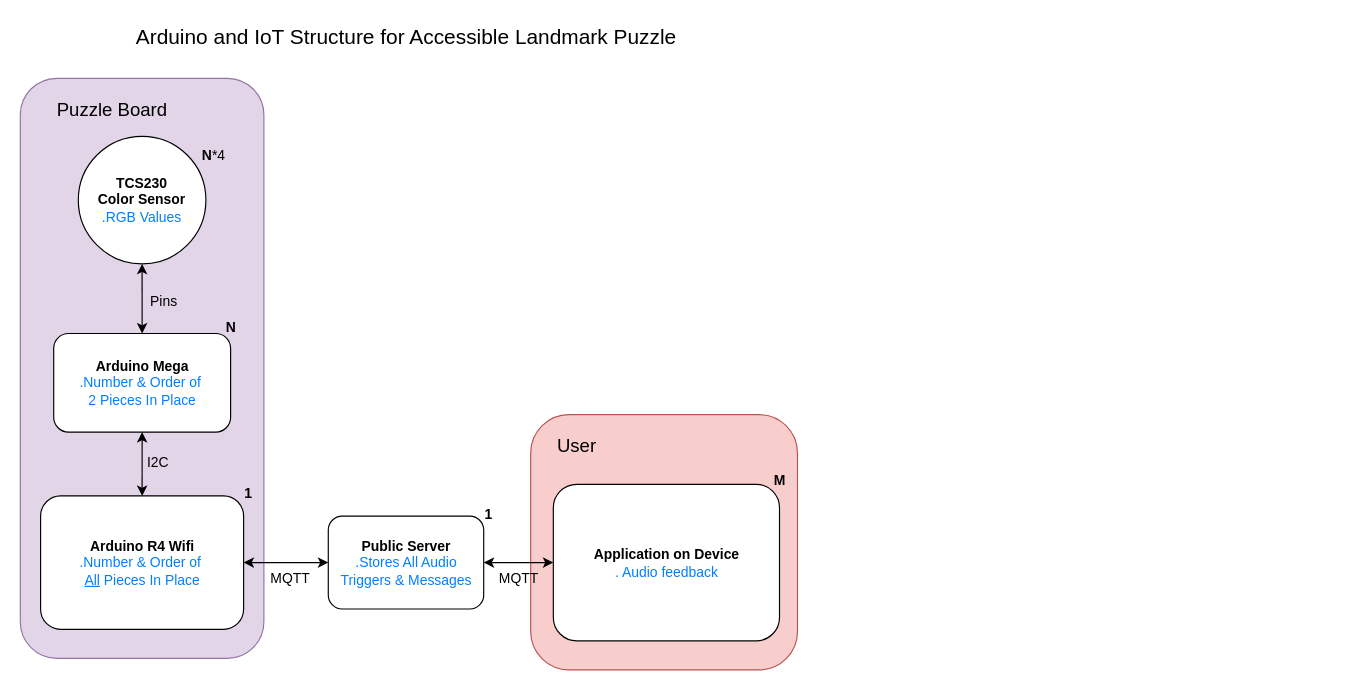
This is assets/mindmap.drawio from Gob1inSharks/accessible-landmarks, a draw.io file, before an edit. Source tidied: cells renumbered, new cells numbered last; positions are measured from the earlier drawing's top-left corner, leaving out a move shared by most shapes. Both pictures are drawn from the tidied source at 116%, with x=0, y=0 at pixel (20, 20).
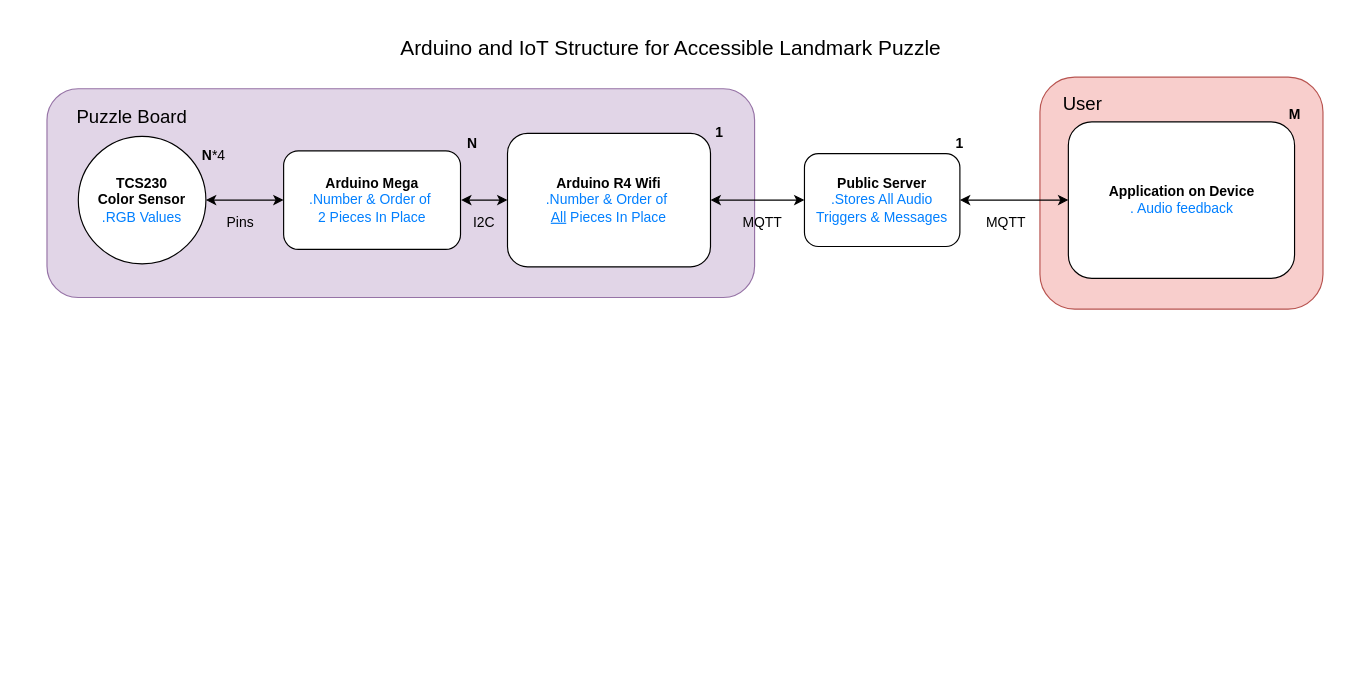
After the change.

The change refers to these unchanged cells:
```xml
<mxCell id="4" value="&lt;div&gt;&lt;b&gt;TCS230&lt;/b&gt;&lt;/div&gt;&lt;div&gt;&lt;b&gt;Color Sensor&lt;/b&gt;&lt;/div&gt;&lt;div&gt;&lt;font color=&quot;#007fff&quot;&gt;.RGB Values&lt;/font&gt;&lt;br&gt;&lt;/div&gt;" style="ellipse;whiteSpace=wrap;html=1;" parent="1" vertex="1">
  <mxGeometry x="50" y="100" width="110" height="110" as="geometry" />
</mxCell>
```

The edit, as a diff of the source:
```diff
@@
     <mxCell id="2" style="rounded=1;whiteSpace=wrap;html=1;fillColor=#f8cecc;strokeColor=#b85450;" parent="1" vertex="1">
-      <mxGeometry x="440" y="340" width="230" height="220" as="geometry" />
+      <mxGeometry x="879" y="49" width="244" height="200" as="geometry" />
     </mxCell>
     <mxCell id="3" style="rounded=1;whiteSpace=wrap;html=1;fillColor=#e1d5e7;strokeColor=#9673a6;" parent="1" vertex="1">
-      <mxGeometry y="50" width="210" height="500" as="geometry" />
+      <mxGeometry x="23" y="59" width="610" height="180" as="geometry" />
     </mxCell>
@@
     <mxCell id="6" value="&lt;div&gt;&lt;b&gt;Arduino Mega&lt;/b&gt;&lt;/div&gt;&lt;div&gt;&lt;font color=&quot;#007fff&quot;&gt;.Number &amp;amp; Order of&amp;nbsp;&lt;/font&gt;&lt;/div&gt;&lt;div&gt;&lt;font color=&quot;#007fff&quot;&gt;2 Pieces In Place&lt;/font&gt;&lt;br&gt;&lt;/div&gt;" style="rounded=1;whiteSpace=wrap;html=1;" parent="1" vertex="1">
-      <mxGeometry x="28.8" y="270" width="152.5" height="85" as="geometry" />
+      <mxGeometry x="227" y="112.5" width="152.5" height="85" as="geometry" />
     </mxCell>
-    <mxCell id="7" style="endArrow=classic;startArrow=classic;html=1;rounded=0;entryX=0.5;entryY=1;entryDx=0;entryDy=0;" parent="1" edge="1" source="6" target="4">
+    <mxCell id="7" style="endArrow=classic;startArrow=classic;html=1;rounded=0;entryX=1;entryY=0.5;entryDx=0;entryDy=0;" parent="1" edge="1" source="6" target="4">
       <mxGeometry relative="1" as="geometry" />
     </mxCell>
     <mxCell id="8" value="&lt;b&gt;N&lt;/b&gt;" style="text;html=1;align=center;verticalAlign=middle;whiteSpace=wrap;rounded=0;" parent="1" vertex="1">
-      <mxGeometry x="152" y="250" width="60" height="30" as="geometry" />
+      <mxGeometry x="360" y="92" width="60" height="30" as="geometry" />
     </mxCell>
-    <mxCell id="9" style="endArrow=classic;startArrow=classic;html=1;rounded=0;entryX=0.5;entryY=0;entryDx=0;entryDy=0;exitX=0.5;exitY=1;exitDx=0;exitDy=0;" parent="1" edge="1" source="6" target="10">
-      <mxGeometry relative="1" as="geometry" />
+    <mxCell id="9" style="endArrow=classic;startArrow=classic;html=1;rounded=0;entryX=0;entryY=0.5;entryDx=0;entryDy=0;" parent="1" edge="1" target="10">
+      <mxGeometry relative="1" as="geometry">
+        <mxPoint x="380" y="155" as="sourcePoint" />
+      </mxGeometry>
     </mxCell>
     <mxCell id="10" value="&lt;div&gt;&lt;b&gt;Arduino R4 Wifi&lt;/b&gt;&lt;/div&gt;&lt;div&gt;&lt;div&gt;&lt;font color=&quot;#007fff&quot;&gt;.Number &amp;amp; Order of&amp;nbsp;&lt;/font&gt;&lt;/div&gt;&lt;font color=&quot;#007fff&quot;&gt;&lt;u&gt;All&lt;/u&gt; Pieces In Place&lt;/font&gt;&lt;/div&gt;" style="rounded=1;whiteSpace=wrap;html=1;" parent="1" vertex="1">
-      <mxGeometry x="17.5" y="410" width="175" height="115" as="geometry" />
+      <mxGeometry x="420" y="97.5" width="175" height="115" as="geometry" />
     </mxCell>
     <mxCell id="11" value="&lt;b&gt;1&lt;/b&gt;" style="text;html=1;align=center;verticalAlign=middle;whiteSpace=wrap;rounded=0;" parent="1" vertex="1">
-      <mxGeometry x="167" y="393" width="60" height="30" as="geometry" />
+      <mxGeometry x="780" y="92" width="60" height="30" as="geometry" />
     </mxCell>
     <mxCell id="12" value="I2C" style="text;html=1;align=center;verticalAlign=middle;whiteSpace=wrap;rounded=0;" parent="1" vertex="1">
-      <mxGeometry x="89" y="367" width="60" height="30" as="geometry" />
+      <mxGeometry x="370" y="160" width="60" height="30" as="geometry" />
     </mxCell>
     <mxCell id="13" value="Pins" style="text;html=1;align=center;verticalAlign=middle;whiteSpace=wrap;rounded=0;rotation=0;" parent="1" vertex="1">
-      <mxGeometry x="94" y="228" width="60" height="30" as="geometry" />
+      <mxGeometry x="160" y="160" width="60" height="30" as="geometry" />
     </mxCell>
@@
     <mxCell id="15" value="&lt;div&gt;&lt;b&gt;Public Server&lt;/b&gt;&lt;/div&gt;&lt;div&gt;&lt;font color=&quot;#007fff&quot;&gt;.Stores All Audio Triggers &amp;amp; Messages&lt;/font&gt;&lt;br&gt;&lt;/div&gt;" style="rounded=1;whiteSpace=wrap;html=1;" parent="1" vertex="1">
-      <mxGeometry x="265.5" y="427.5" width="134" height="80" as="geometry" />
+      <mxGeometry x="676" y="115" width="134" height="80" as="geometry" />
     </mxCell>
     <mxCell id="16" value="&lt;b&gt;1&lt;/b&gt;" style="text;html=1;align=center;verticalAlign=middle;whiteSpace=wrap;rounded=0;" parent="1" vertex="1">
-      <mxGeometry x="374" y="411" width="60" height="30" as="geometry" />
+      <mxGeometry x="573" y="81.5" width="60" height="30" as="geometry" />
     </mxCell>
     <mxCell id="17" value="MQTT" style="text;html=1;align=center;verticalAlign=middle;whiteSpace=wrap;rounded=0;rotation=0;" parent="1" vertex="1">
-      <mxGeometry x="202.5" y="467" width="60" height="30" as="geometry" />
+      <mxGeometry x="820" y="160" width="60" height="30" as="geometry" />
     </mxCell>
     <mxCell id="18" value="&lt;div&gt;&lt;b&gt;Application on Device&lt;/b&gt;&lt;/div&gt;&lt;div&gt;&lt;font color=&quot;#007fff&quot;&gt;. Audio feedback&lt;/font&gt;&lt;br&gt;&lt;/div&gt;" style="rounded=1;whiteSpace=wrap;html=1;" parent="1" vertex="1">
-      <mxGeometry x="459.5" y="400" width="195" height="135" as="geometry" />
+      <mxGeometry x="903.5" y="87.5" width="195" height="135" as="geometry" />
     </mxCell>
     <mxCell id="19" value="&lt;b&gt;M&lt;/b&gt;" style="text;html=1;align=center;verticalAlign=middle;whiteSpace=wrap;rounded=0;" parent="1" vertex="1">
-      <mxGeometry x="625" y="382" width="60" height="30" as="geometry" />
+      <mxGeometry x="1069" y="67" width="60" height="30" as="geometry" />
     </mxCell>
     <mxCell id="20" value="MQTT" style="text;html=1;align=center;verticalAlign=middle;whiteSpace=wrap;rounded=0;rotation=0;" parent="1" vertex="1">
-      <mxGeometry x="399.5" y="467" width="60" height="30" as="geometry" />
+      <mxGeometry x="610" y="160" width="60" height="30" as="geometry" />
     </mxCell>
@@
     <mxCell id="22" value="User" style="text;html=1;align=center;verticalAlign=middle;whiteSpace=wrap;rounded=0;fontSize=16;" parent="1" vertex="1">
-      <mxGeometry x="450" y="352" width="60" height="30" as="geometry" />
+      <mxGeometry x="885.5" y="57" width="60" height="30" as="geometry" />
     </mxCell>
     <mxCell id="23" value="Puzzle Board" style="text;html=1;align=center;verticalAlign=middle;whiteSpace=wrap;rounded=0;fontSize=16;" parent="1" vertex="1">
-      <mxGeometry x="17.5" y="62" width="122.5" height="30" as="geometry" />
+      <mxGeometry x="34.5" y="68" width="122.5" height="30" as="geometry" />
     </mxCell>
     <mxCell id="24" value="&lt;font style=&quot;font-size: 18px;&quot;&gt;Arduino and IoT Structure for Accessible Landmark Puzzle &lt;/font&gt;" style="text;html=1;align=center;verticalAlign=middle;whiteSpace=wrap;rounded=0;" parent="1" vertex="1">
-      <mxGeometry x="79.5" width="506" height="30" as="geometry" />
+      <mxGeometry x="308" y="9" width="506" height="30" as="geometry" />
     </mxCell>
```
